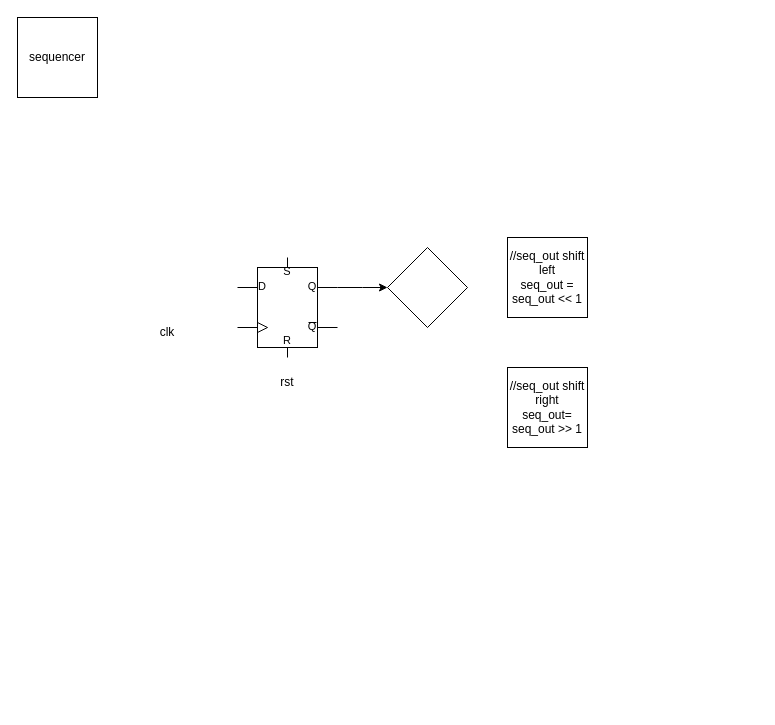
Earlier version of the draw.io diagram sequencer.drawio (LeoChen21/chenLeo). Source tidied: cells renumbered, new cells numbered last; positions are measured from the earlier drawing's top-left corner, leaving out a move shared by most shapes. Both pictures are drawn from the tidied source at 100%, with x=0, y=0 at pixel (17, 17).
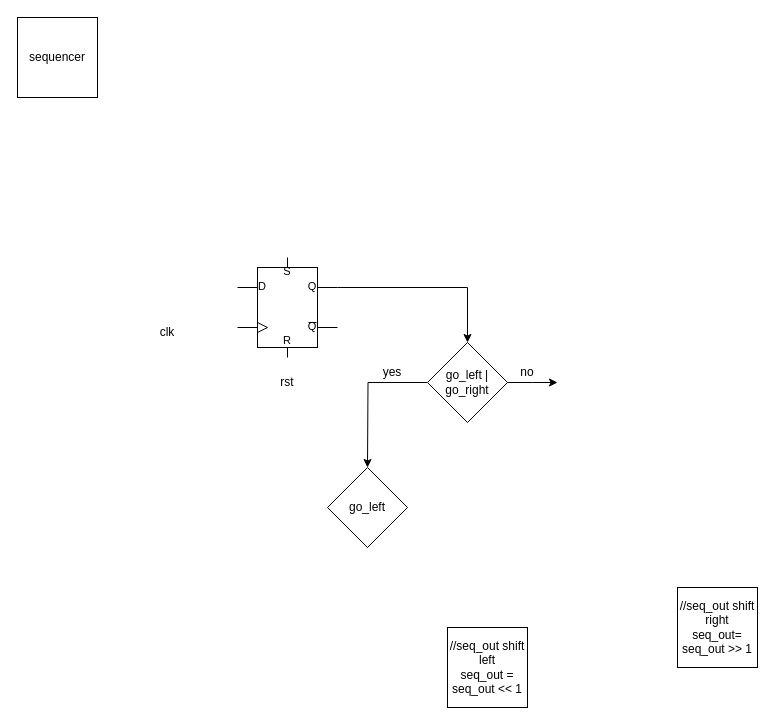
The same page after the edit.

The edit, as a diff of the source:
```diff
@@
 <mxGraphModel>
   <root>
     <mxCell id="0" />
     <mxCell id="1" parent="0" />
     <mxCell id="2" value="sequencer" style="whiteSpace=wrap;html=1;" parent="1" vertex="1">
       <mxGeometry width="80" height="80" as="geometry" />
     </mxCell>
-    <mxCell id="3" style="edgeStyle=orthogonalEdgeStyle;rounded=0;jettySize=auto;html=1;exitX=1;exitY=0.3;exitDx=0;exitDy=0;exitPerimeter=0;" parent="1" edge="1" source="4">
-      <mxGeometry relative="1" as="geometry">
-        <mxPoint x="370" y="270" as="targetPoint" />
-      </mxGeometry>
+    <mxCell id="3" style="edgeStyle=orthogonalEdgeStyle;rounded=0;jettySize=auto;html=1;exitX=1;exitY=0.3;exitDx=0;exitDy=0;exitPerimeter=0;entryX=0.5;entryY=0;entryDx=0;entryDy=0;" parent="1" edge="1" source="4" target="9">
+      <mxGeometry relative="1" as="geometry" />
     </mxCell>
     <mxCell id="4" style="verticalLabelPosition=bottom;shadow=0;dashed=0;align=center;html=1;verticalAlign=top;shape=mxgraph.electrical.logic_gates.d_type_rs_flip-flop;" parent="1" vertex="1">
       <mxGeometry x="220" y="240" width="100" height="100" as="geometry" />
     </mxCell>
     <mxCell id="5" value="&lt;div&gt;clk&lt;/div&gt;" style="text;html=1;strokeColor=none;fillColor=none;align=center;verticalAlign=middle;whiteSpace=wrap;rounded=0;" parent="1" vertex="1">
       <mxGeometry x="120" y="300" width="60" height="30" as="geometry" />
     </mxCell>
     <mxCell id="6" value="rst" style="text;html=1;strokeColor=none;fillColor=none;align=center;verticalAlign=middle;whiteSpace=wrap;rounded=0;" parent="1" vertex="1">
       <mxGeometry x="240" y="350" width="60" height="30" as="geometry" />
     </mxCell>
     <mxCell id="7" value="&lt;div&gt;//seq_out shift left&lt;br&gt;&lt;/div&gt;&lt;div&gt;seq_out = seq_out &amp;lt;&amp;lt; 1&lt;br&gt;&lt;/div&gt;" style="whiteSpace=wrap;html=1;" parent="1" vertex="1">
-      <mxGeometry x="490" y="220" width="80" height="80" as="geometry" />
+      <mxGeometry x="430" y="610" width="80" height="80" as="geometry" />
     </mxCell>
     <mxCell id="8" value="&lt;div&gt;//seq_out shift right&lt;br&gt;&lt;/div&gt;&lt;div&gt;seq_out= seq_out &amp;gt;&amp;gt; 1&lt;br&gt;&lt;/div&gt;" style="whiteSpace=wrap;html=1;" parent="1" vertex="1">
-      <mxGeometry x="490" y="350" width="80" height="80" as="geometry" />
+      <mxGeometry x="660" y="570" width="80" height="80" as="geometry" />
     </mxCell>
+    <mxCell id="10" style="edgeStyle=orthogonalEdgeStyle;rounded=0;jettySize=auto;html=1;" parent="1" edge="1" source="9">
+      <mxGeometry relative="1" as="geometry">
+        <mxPoint x="350" y="450" as="targetPoint" />
+      </mxGeometry>
+    </mxCell>
+    <mxCell id="11" style="edgeStyle=orthogonalEdgeStyle;rounded=0;jettySize=auto;html=1;exitX=1;exitY=0.5;exitDx=0;exitDy=0;" parent="1" edge="1" source="9">
+      <mxGeometry relative="1" as="geometry">
+        <mxPoint x="540" y="365" as="targetPoint" />
+      </mxGeometry>
+    </mxCell>
-    <mxCell id="9" style="rhombus;whiteSpace=wrap;html=1;" parent="1" vertex="1">
-      <mxGeometry x="370" y="230" width="80" height="80" as="geometry" />
+    <mxCell id="9" value="go_left | go_right" style="rhombus;whiteSpace=wrap;html=1;" parent="1" vertex="1">
+      <mxGeometry x="410" y="325" width="80" height="80" as="geometry" />
     </mxCell>
+    <mxCell id="12" value="go_left" style="rhombus;whiteSpace=wrap;html=1;" parent="1" vertex="1">
+      <mxGeometry x="310" y="450" width="80" height="80" as="geometry" />
+    </mxCell>
+    <mxCell id="13" value="yes" style="text;html=1;strokeColor=none;fillColor=none;align=center;verticalAlign=middle;whiteSpace=wrap;rounded=0;" parent="1" vertex="1">
+      <mxGeometry x="345" y="340" width="60" height="30" as="geometry" />
+    </mxCell>
+    <mxCell id="14" value="no" style="text;html=1;strokeColor=none;fillColor=none;align=center;verticalAlign=middle;whiteSpace=wrap;rounded=0;" parent="1" vertex="1">
+      <mxGeometry x="480" y="340" width="60" height="30" as="geometry" />
+    </mxCell>
   </root>
 </mxGraphModel>
```
